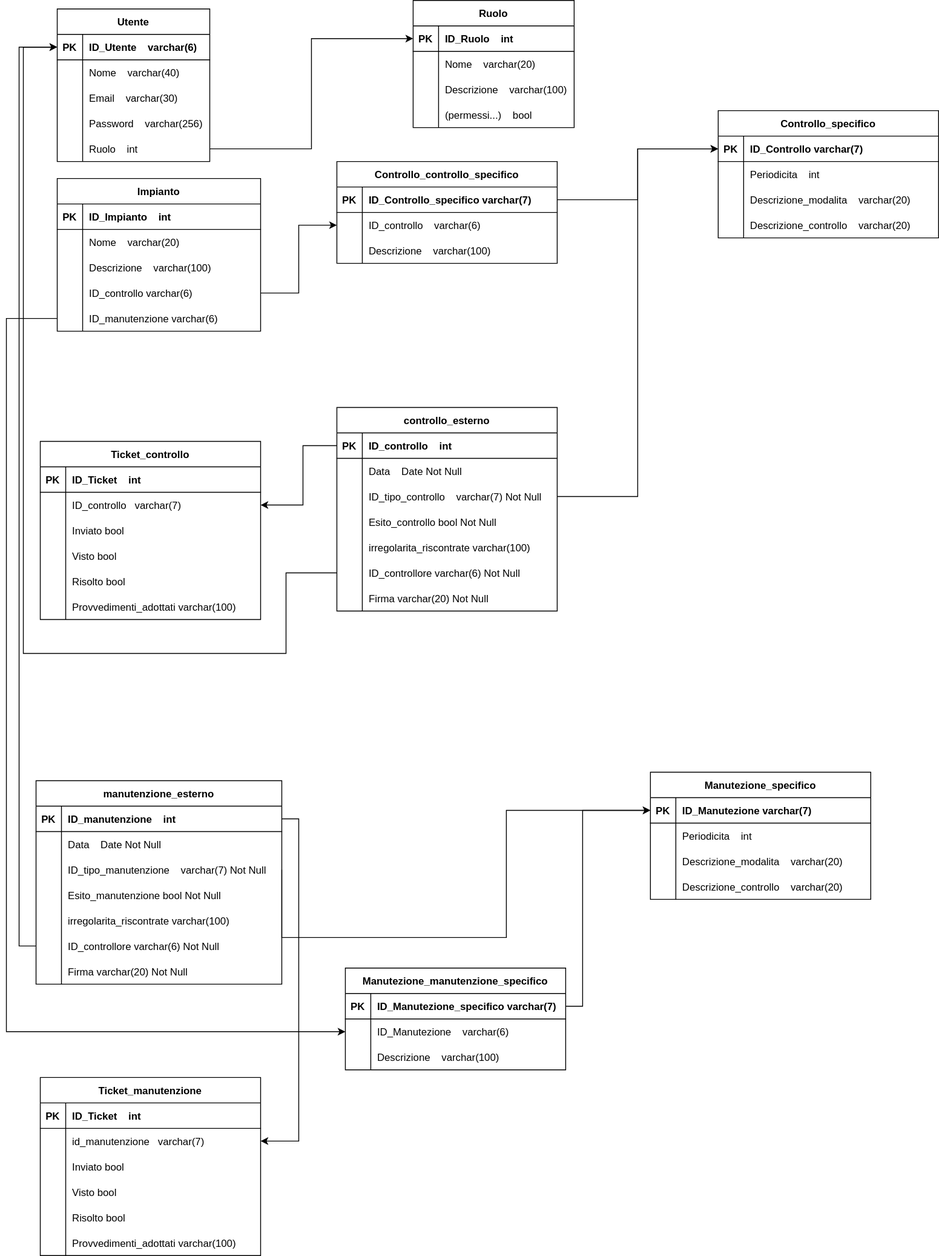
Before: analisi/database/modello_fisico.drawio.svg, a diagram exported from draw.io (I-I-S-Viola-Marchesini/Sistema-Manutenzione). Source tidied: cells renumbered, new cells last; positions are measured from the earlier drawing's top-left corner, leaving out a move shared by most shapes.
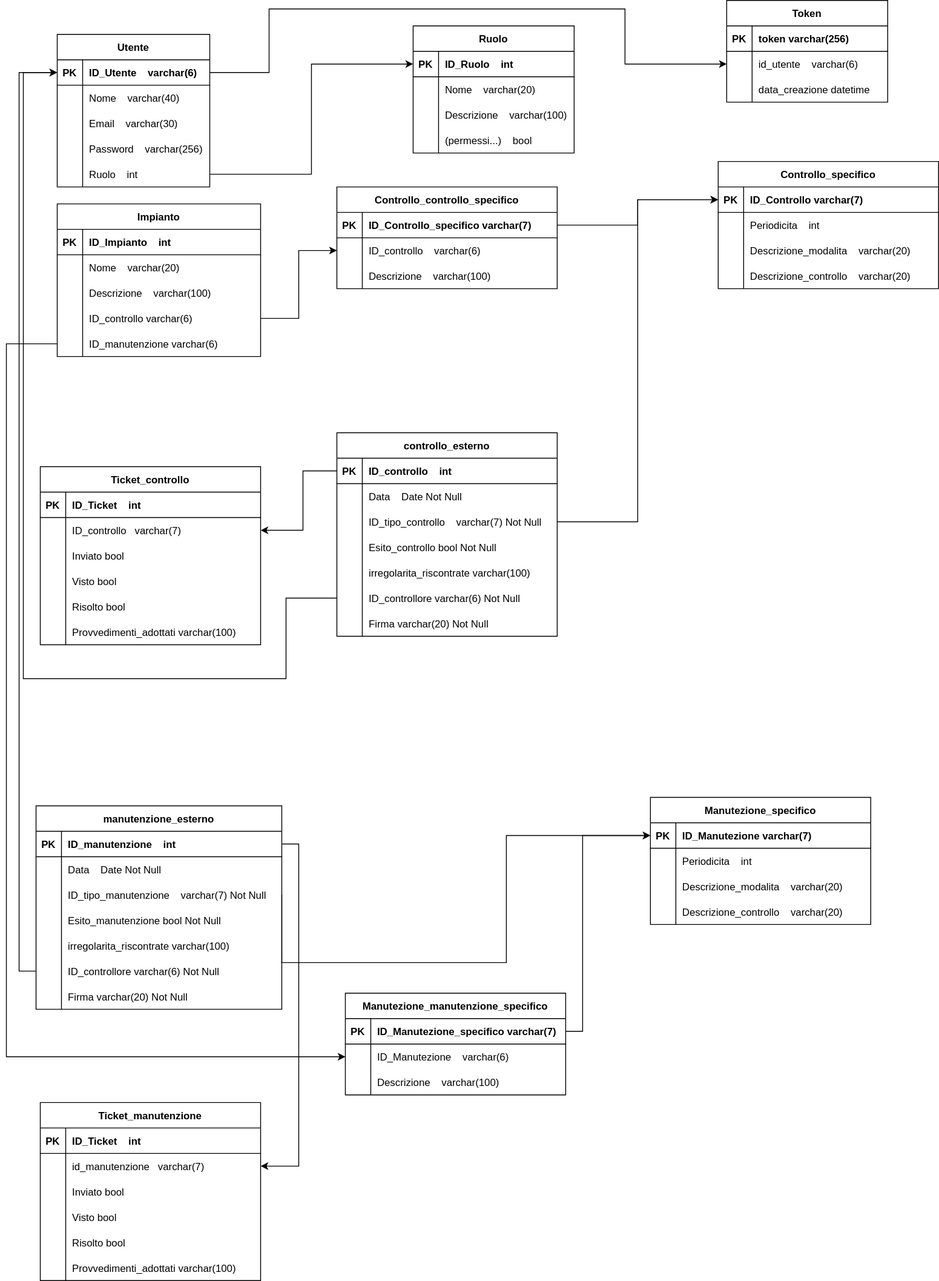
The same file after the commit.

Commit message:
introduzione token

Diff of the diagram source:
```diff
@@ -204,7 +204,7 @@
       <mxGeometry relative="1" as="geometry" />
     </mxCell>
     <mxCell id="69" value="Controllo_specifico" style="shape=table;startSize=30;rowLines=0;fontStyle=1;align=center;" parent="1" vertex="1">
-      <mxGeometry x="840" y="130" width="260" height="150" as="geometry" />
+      <mxGeometry x="840" y="160" width="260" height="150" as="geometry" />
     </mxCell>
     <mxCell id="70" style="shape=tableRow;horizontal=0;startSize=0;swimlaneHead=0;swimlaneBody=0;fillColor=none;points=[[0,0.5],[1,0.5]];portConstraint=eastwest;top=0;left=0;right=0;bottom=1;" parent="69" vertex="1">
       <mxGeometry y="30" width="260" height="30" as="geometry" />
@@ -582,5 +582,45 @@
     <mxCell id="185" style="edgeStyle=orthogonalEdgeStyle;rounded=0;jettySize=auto;html=1;exitX=1;exitY=0.5;exitDx=0;exitDy=0;entryX=1;entryY=0.5;entryDx=0;entryDy=0;" parent="1" edge="1" source="139" target="170">
       <mxGeometry relative="1" as="geometry" />
     </mxCell>
+    <mxCell id="186" value="Token" style="shape=table;startSize=30;rowLines=0;fontStyle=1;align=center;" parent="1" vertex="1">
+      <mxGeometry x="850" y="-30" width="190" height="120" as="geometry" />
+    </mxCell>
+    <mxCell id="187" style="shape=tableRow;horizontal=0;startSize=0;swimlaneHead=0;swimlaneBody=0;fillColor=none;top=0;left=0;right=0;bottom=1;" parent="186" vertex="1">
+      <mxGeometry y="30" width="190" height="30" as="geometry" />
+    </mxCell>
+    <mxCell id="188" value="PK" style="shape=partialRectangle;fillColor=none;top=0;left=0;bottom=0;right=0;fontStyle=1;overflow=hidden;" parent="187" vertex="1">
+      <mxGeometry width="30" height="30" as="geometry" />
+    </mxCell>
+    <mxCell id="189" value="token varchar(256)" style="shape=partialRectangle;fillColor=none;top=0;left=0;bottom=0;right=0;align=left;spacingLeft=6;fontStyle=1;overflow=hidden;fontColor=default;" parent="187" vertex="1">
+      <mxGeometry x="30" width="160" height="30" as="geometry" />
+    </mxCell>
+    <mxCell id="190" style="shape=tableRow;horizontal=0;startSize=0;swimlaneHead=0;swimlaneBody=0;fillColor=none;points=[[0,0.5],[1,0.5]];portConstraint=eastwest;top=0;left=0;right=0;bottom=0;" parent="186" vertex="1">
+      <mxGeometry y="60" width="190" height="30" as="geometry" />
+    </mxCell>
+    <mxCell id="191" style="shape=partialRectangle;fillColor=none;top=0;left=0;bottom=0;right=0;overflow=hidden;" parent="190" vertex="1">
+      <mxGeometry width="30" height="30" as="geometry" />
+    </mxCell>
+    <mxCell id="192" value="id_utente    varchar(6)" style="shape=partialRectangle;fillColor=none;top=0;left=0;bottom=0;right=0;align=left;spacingLeft=6;overflow=hidden;" parent="190" vertex="1">
+      <mxGeometry x="30" width="160" height="30" as="geometry" />
+    </mxCell>
+    <mxCell id="193" style="shape=tableRow;horizontal=0;startSize=0;swimlaneHead=0;swimlaneBody=0;fillColor=none;top=0;left=0;right=0;bottom=0;" parent="186" vertex="1">
+      <mxGeometry y="90" width="190" height="30" as="geometry" />
+    </mxCell>
+    <mxCell id="194" style="shape=partialRectangle;fillColor=none;top=0;left=0;bottom=0;right=0;overflow=hidden;" parent="193" vertex="1">
+      <mxGeometry width="30" height="30" as="geometry" />
+    </mxCell>
+    <mxCell id="195" value="data_creazione datetime" style="shape=partialRectangle;fillColor=none;top=0;left=0;bottom=0;right=0;align=left;spacingLeft=6;overflow=hidden;" parent="193" vertex="1">
+      <mxGeometry x="30" width="160" height="30" as="geometry" />
+    </mxCell>
+    <mxCell id="196" style="edgeStyle=orthogonalEdgeStyle;rounded=0;jettySize=auto;html=1;exitX=1;exitY=0.5;exitDx=0;exitDy=0;entryX=0;entryY=0.5;entryDx=0;entryDy=0;" parent="1" edge="1" source="3" target="190">
+      <mxGeometry relative="1" as="geometry">
+        <Array as="points">
+          <mxPoint x="310" y="55" />
+          <mxPoint x="310" y="-20" />
+          <mxPoint x="730" y="-20" />
+          <mxPoint x="730" y="45" />
+        </Array>
+      </mxGeometry>
+    </mxCell>
   </root>
 </mxGraphModel>
```
